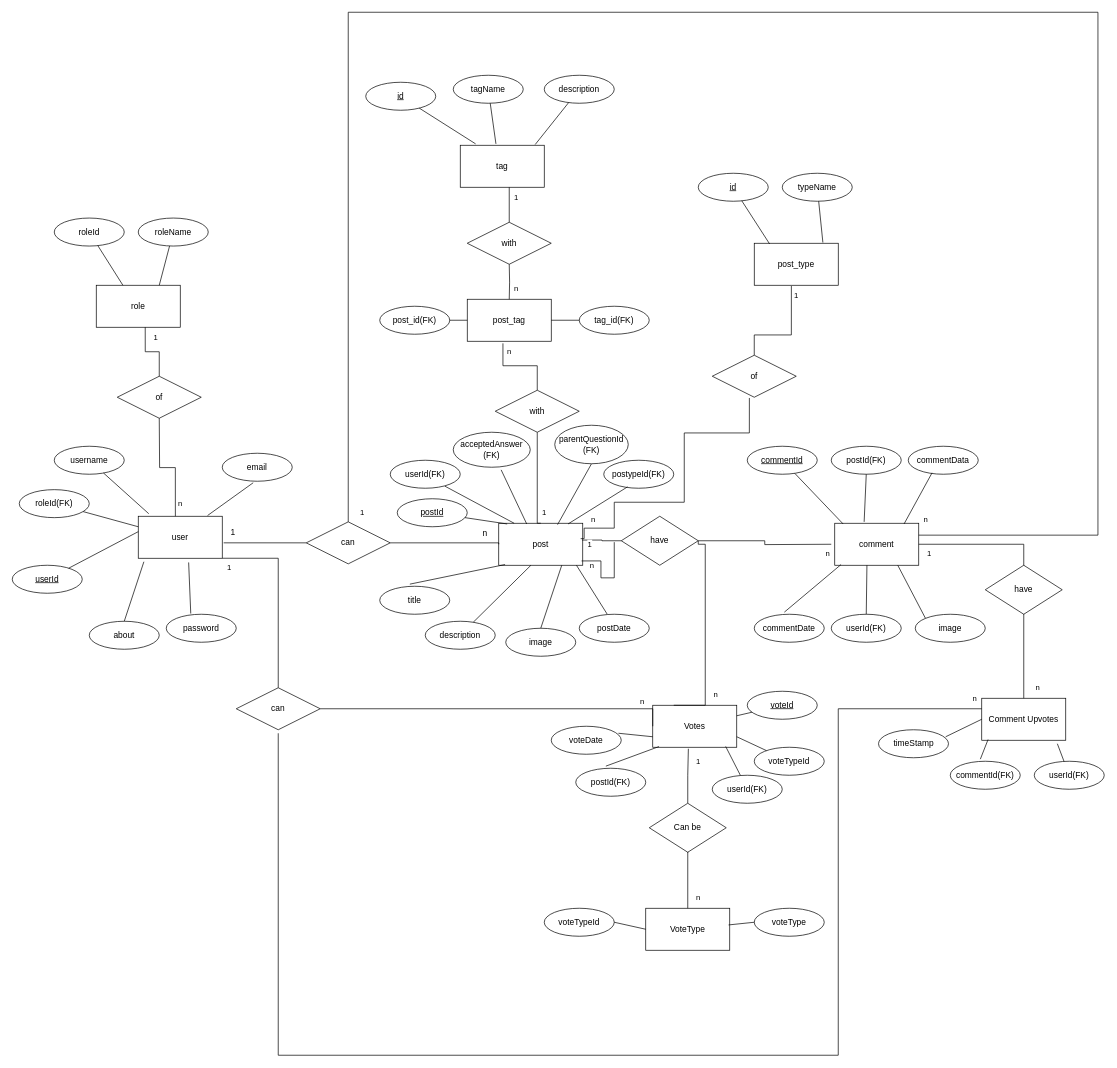
This is database-er.drawio from syamantak01/stackQflo, a draw.io file, before an edit. Source tidied: cells renumbered, new cells numbered last; positions are measured from the earlier drawing's top-left corner, leaving out a move shared by most shapes. Both pictures are drawn from the tidied source at 70%, with x=0, y=0 at pixel (12, 12).
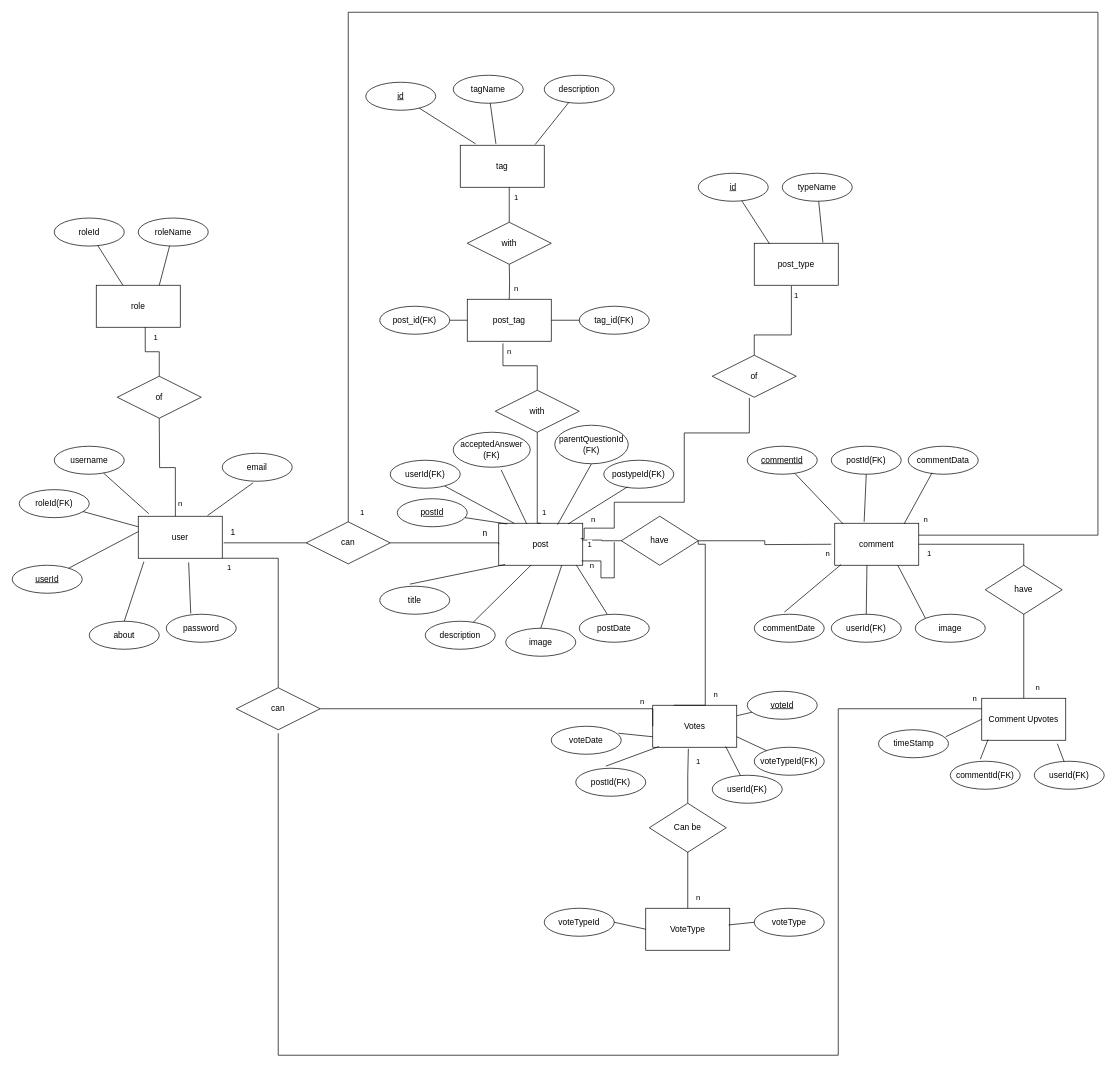
Above is the later version.

What changed in the source:
```diff
@@
-    <mxCell id="83" value="voteTypeId" style="ellipse;whiteSpace=wrap;html=1;align=center;" parent="1" vertex="1">
+    <mxCell id="83" value="voteTypeId(FK)" style="ellipse;whiteSpace=wrap;html=1;align=center;" parent="1" vertex="1">
       <mxGeometry x="1060" y="1050" width="100" height="40" as="geometry" />
     </mxCell>
```
